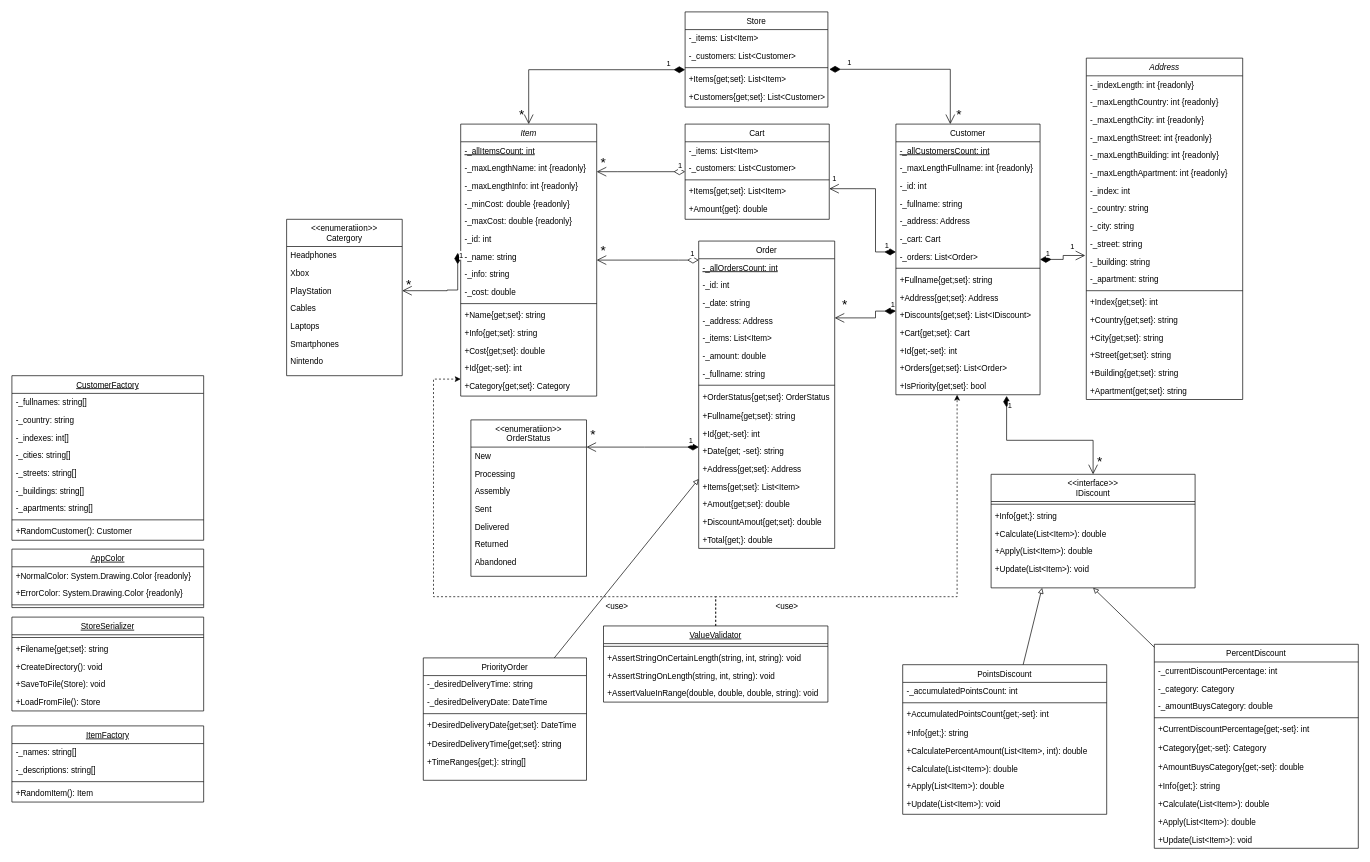
This is doc/Practics5.drawio from Levion4/ProgrammingDemo, a draw.io file, before an edit. Source tidied: cells renumbered, new cells numbered last; positions are measured from the earlier drawing's top-left corner, leaving out a move shared by most shapes. Both pictures are drawn from the tidied source at 68%, with x=0, y=0 at pixel (12, 12).
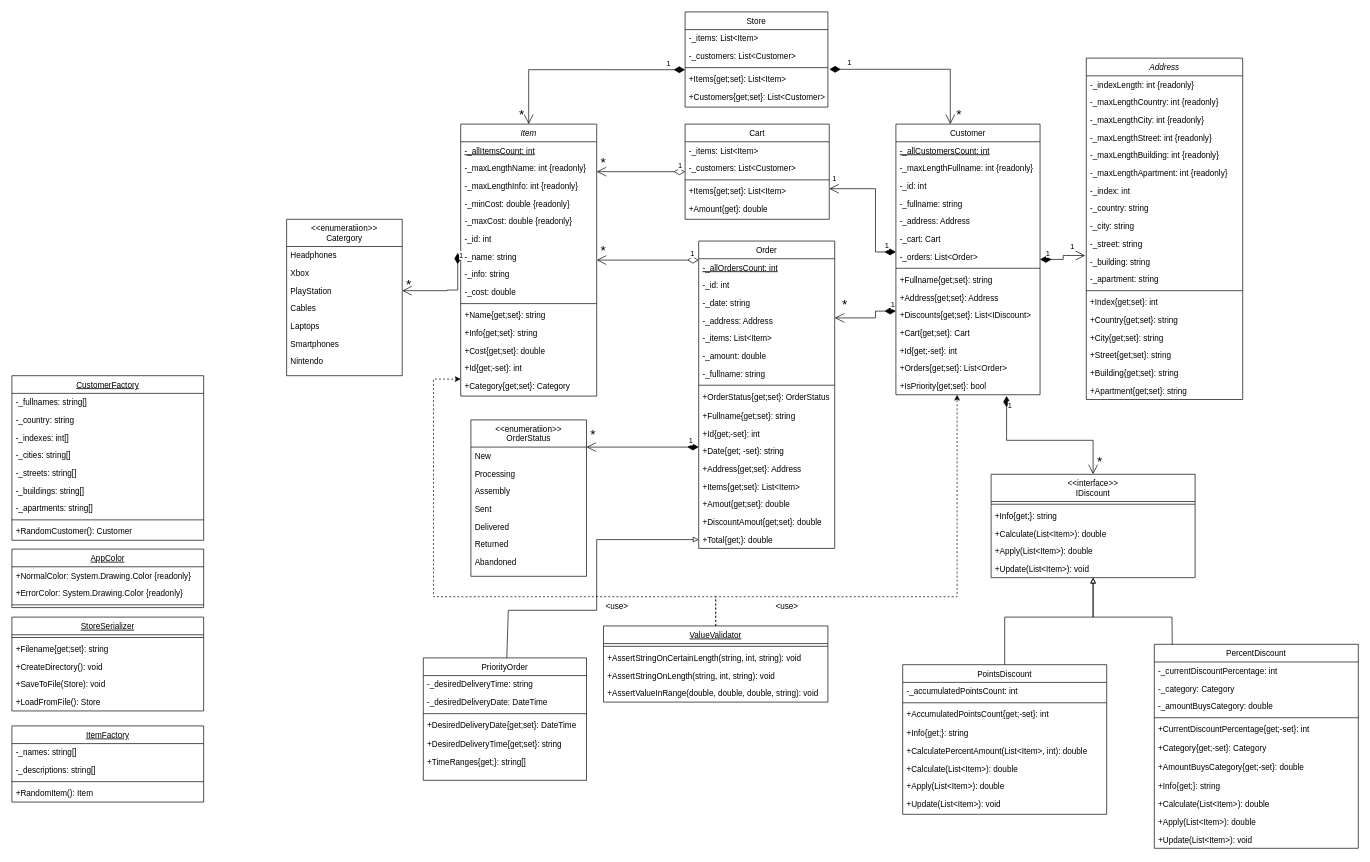
Above is the later version.

Commit message (it also covers changes not shown here):
docs(doc): исправлены UML-диаграммы

The change refers to these unchanged cells:
```xml
<mxCell id="128" value="Order" style="swimlane;fontStyle=0;align=center;verticalAlign=top;horizontal=1;startSize=26;rounded=0;shadow=0;strokeWidth=1;" parent="1" vertex="1">
  <mxGeometry x="1010" y="337" width="200" height="452" as="geometry" />
</mxCell>
<mxCell id="145" value="+Total{get;}: double" style="text;align=left;verticalAlign=top;spacingLeft=4;spacingRight=4;overflow=hidden;points=[[0,0.5],[1,0.5]];portConstraint=eastwest;" parent="128" vertex="1">
  <mxGeometry y="426" width="200" height="26" as="geometry" />
</mxCell>
<mxCell id="152" value="PriorityOrder" style="swimlane;fontStyle=0;align=center;verticalAlign=top;horizontal=1;startSize=26;rounded=0;shadow=0;strokeWidth=1;" parent="1" vertex="1">
  <mxGeometry x="605" y="950" width="240" height="180" as="geometry" />
</mxCell>
<mxCell id="160" value="PointsDiscount" style="swimlane;fontStyle=0;align=center;verticalAlign=top;horizontal=1;startSize=26;rounded=0;shadow=0;strokeWidth=1;" parent="1" vertex="1">
  <mxGeometry x="1310" y="960" width="300" height="220" as="geometry" />
</mxCell>
<mxCell id="169" value="PercentDiscount" style="swimlane;fontStyle=0;align=center;verticalAlign=top;horizontal=1;startSize=26;rounded=0;shadow=0;strokeWidth=1;" parent="1" vertex="1">
  <mxGeometry x="1680" y="930" width="300" height="300" as="geometry" />
</mxCell>
<mxCell id="186" value="+Update(List&lt;Item&gt;): void" style="text;align=left;verticalAlign=top;spacingLeft=4;spacingRight=4;overflow=hidden;points=[[0,0.5],[1,0.5]];portConstraint=eastwest;" parent="181" vertex="1">
  <mxGeometry y="126" width="300" height="26" as="geometry" />
</mxCell>
```

Diff of the diagram source:
```diff
@@
-    <mxCell id="159" style="endArrow=block;html=1;rounded=0;endFill=0;" parent="1" edge="1" source="152" target="128">
-      <mxGeometry relative="1" as="geometry" />
+    <mxCell id="159" style="endArrow=block;html=1;rounded=0;endFill=0;entryX=0;entryY=0.5;entryDx=0;entryDy=0;" parent="1" edge="1" source="152" target="145">
+      <mxGeometry relative="1" as="geometry">
+        <Array as="points">
+          <mxPoint x="730" y="880" />
+          <mxPoint x="840" y="880" />
+          <mxPoint x="860" y="880" />
+          <mxPoint x="860" y="776" />
+        </Array>
+      </mxGeometry>
     </mxCell>
@@
     <mxCell id="181" value="&lt;&lt;interface&gt;&gt;&#10;IDiscount" style="swimlane;fontStyle=0;align=center;verticalAlign=top;horizontal=1;startSize=40;rounded=0;shadow=0;strokeWidth=1;" parent="1" vertex="1">
-      <mxGeometry x="1440" y="680" width="300" height="167" as="geometry" />
+      <mxGeometry x="1440" y="680" width="300" height="152" as="geometry" />
     </mxCell>
@@
-    <mxCell id="189" style="endArrow=block;html=1;rounded=0;endFill=0;entryX=0.25;entryY=1;entryDx=0;entryDy=0;" parent="1" edge="1" source="160" target="181">
-      <mxGeometry relative="1" as="geometry" />
+    <mxCell id="189" style="endArrow=block;html=1;rounded=0;endFill=0;" parent="1" edge="1" source="160" target="186">
+      <mxGeometry relative="1" as="geometry">
+        <Array as="points">
+          <mxPoint x="1460" y="890" />
+          <mxPoint x="1590" y="890" />
+        </Array>
+      </mxGeometry>
     </mxCell>
-    <mxCell id="190" style="endArrow=block;html=1;rounded=0;endFill=0;entryX=0.5;entryY=1;entryDx=0;entryDy=0;" parent="1" edge="1" source="169" target="181">
-      <mxGeometry relative="1" as="geometry" />
+    <mxCell id="190" style="endArrow=block;html=1;rounded=0;endFill=0;exitX=0.088;exitY=0.002;exitDx=0;exitDy=0;exitPerimeter=0;" parent="1" edge="1" source="169" target="186">
+      <mxGeometry relative="1" as="geometry">
+        <Array as="points">
+          <mxPoint x="1706" y="890" />
+          <mxPoint x="1590" y="890" />
+        </Array>
+      </mxGeometry>
     </mxCell>
```
